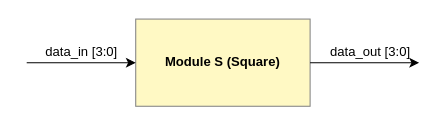
This is diagram/drawio/Inv/ModuleS.drawio from LQLManZz/AES128-Verilog, a draw.io file, before an edit. Source tidied: cells renumbered, new cells numbered last; positions are measured from the earlier drawing's top-left corner, leaving out a move shared by most shapes. Both pictures are drawn from the tidied source at 109%, with x=0, y=0 at pixel (26, 19).
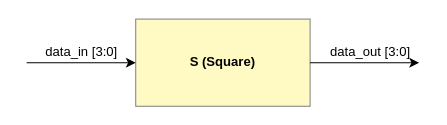
After the change.

What changed in the source:
```diff
@@
 <mxGraphModel>
   <root>
     <mxCell id="0" />
     <mxCell id="1" parent="0" />
-    <mxCell id="2" value="Module S (Square)" style="rounded=0;whiteSpace=wrap;html=1;fillColor=#FFF9C4;strokeColor=#888;color:#000000;fontStyle=1;" parent="1" vertex="1">
+    <mxCell id="2" value="S (Square)" style="rounded=0;whiteSpace=wrap;html=1;fillColor=#FFF9C4;strokeColor=#888;color:#000000;fontStyle=1;" parent="1" vertex="1">
       <mxGeometry x="100" width="160" height="80" as="geometry" />
     </mxCell>
     <mxCell id="3" style="endArrow=classic;html=1;entryX=0;entryY=0.5;entryDx=0;entryDy=0;" parent="1" edge="1" target="2">
       <mxGeometry relative="1" as="geometry">
         <mxPoint y="40" as="sourcePoint" />
       </mxGeometry>
     </mxCell>
     <mxCell id="4" value="data_in [3:0]" style="text;html=1;align=center;verticalAlign=middle;strokeColor=none;fillColor=none;" parent="1" vertex="1">
       <mxGeometry x="10" y="20" width="80" height="20" as="geometry" />
     </mxCell>
     <mxCell id="5" style="endArrow=classic;html=1;exitX=1;exitY=0.5;exitDx=0;exitDy=0;" parent="1" edge="1" source="2">
       <mxGeometry relative="1" as="geometry">
         <mxPoint x="360" y="40" as="targetPoint" />
       </mxGeometry>
     </mxCell>
     <mxCell id="6" value="data_out [3:0]" style="text;html=1;align=center;verticalAlign=middle;strokeColor=none;fillColor=none;" parent="1" vertex="1">
       <mxGeometry x="270" y="20" width="90" height="20" as="geometry" />
     </mxCell>
   </root>
 </mxGraphModel>
```
